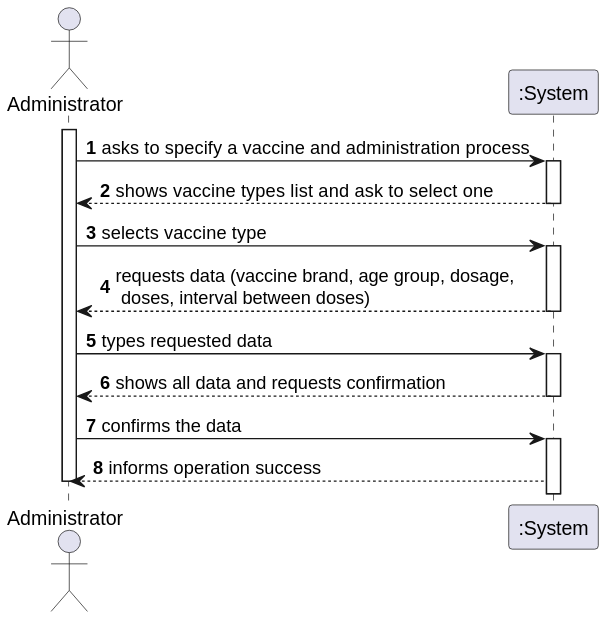
This is docs/SprintB/US013/US013_SSD.svg from osnilas/SNSsystem, a PlantUML export, as it was before one commit.
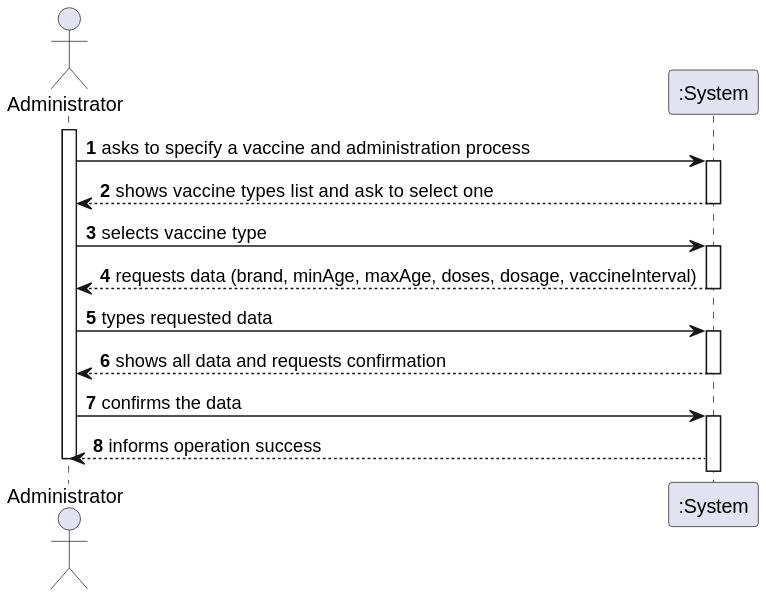
The same diagram one commit later.

What changed in the source:
```diff
@@ -12,7 +12,7 @@
 
 adm -> ":System" : selects vaccine type
 activate ":System"
-":System" --> adm : requests data (vaccine brand, age group, dosage, \n doses, interval between doses)
+":System" --> adm : requests data (brand, minAge, maxAge, doses, dosage, vaccineInterval)
 deactivate ":System"
 
 adm -> ":System" : types requested data
```
